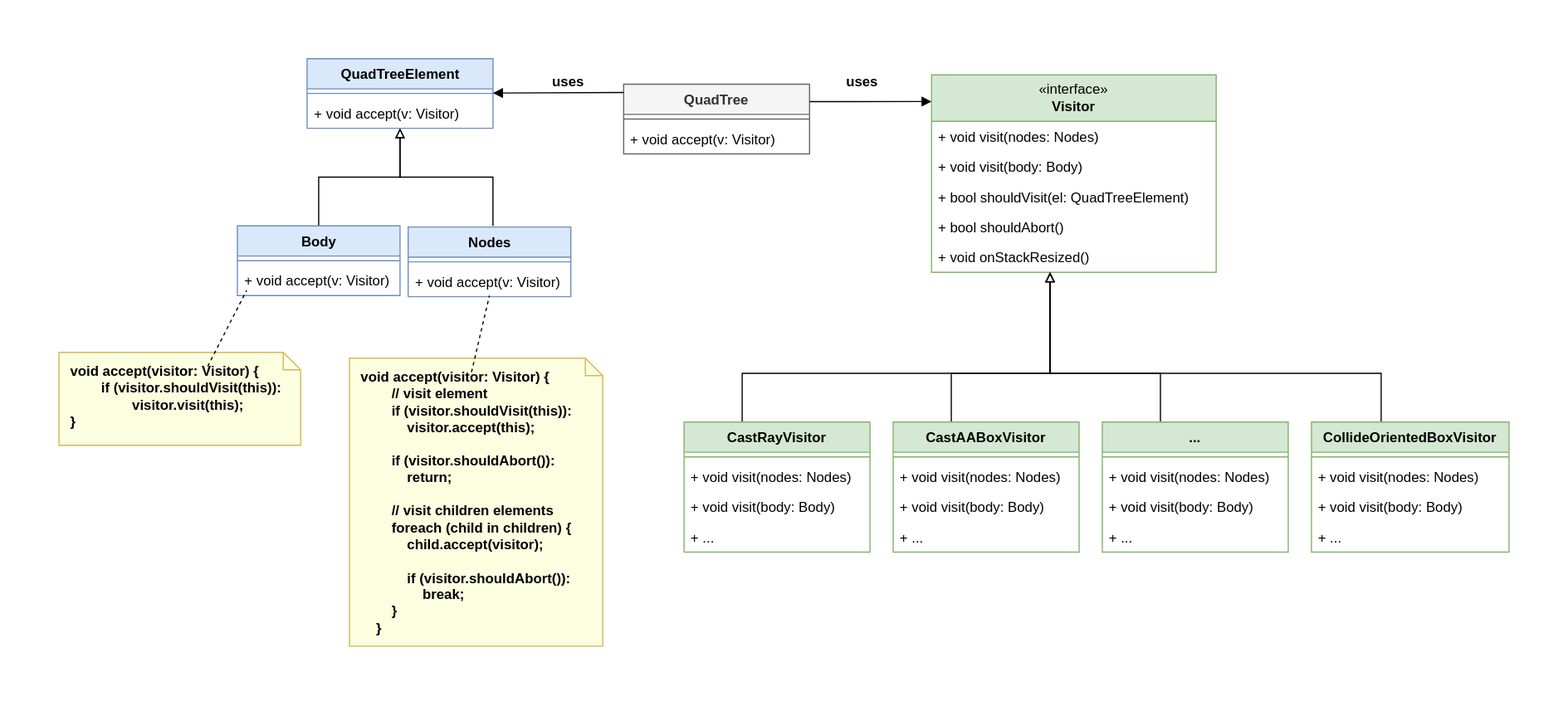
Before: analysis/patterns/images/VisitorUML.svg, a diagram exported from draw.io (SwDA-Team20/Project-Team20). Source tidied: cells renumbered, new cells last; positions are measured from the earlier drawing's top-left corner, leaving out a move shared by most shapes.
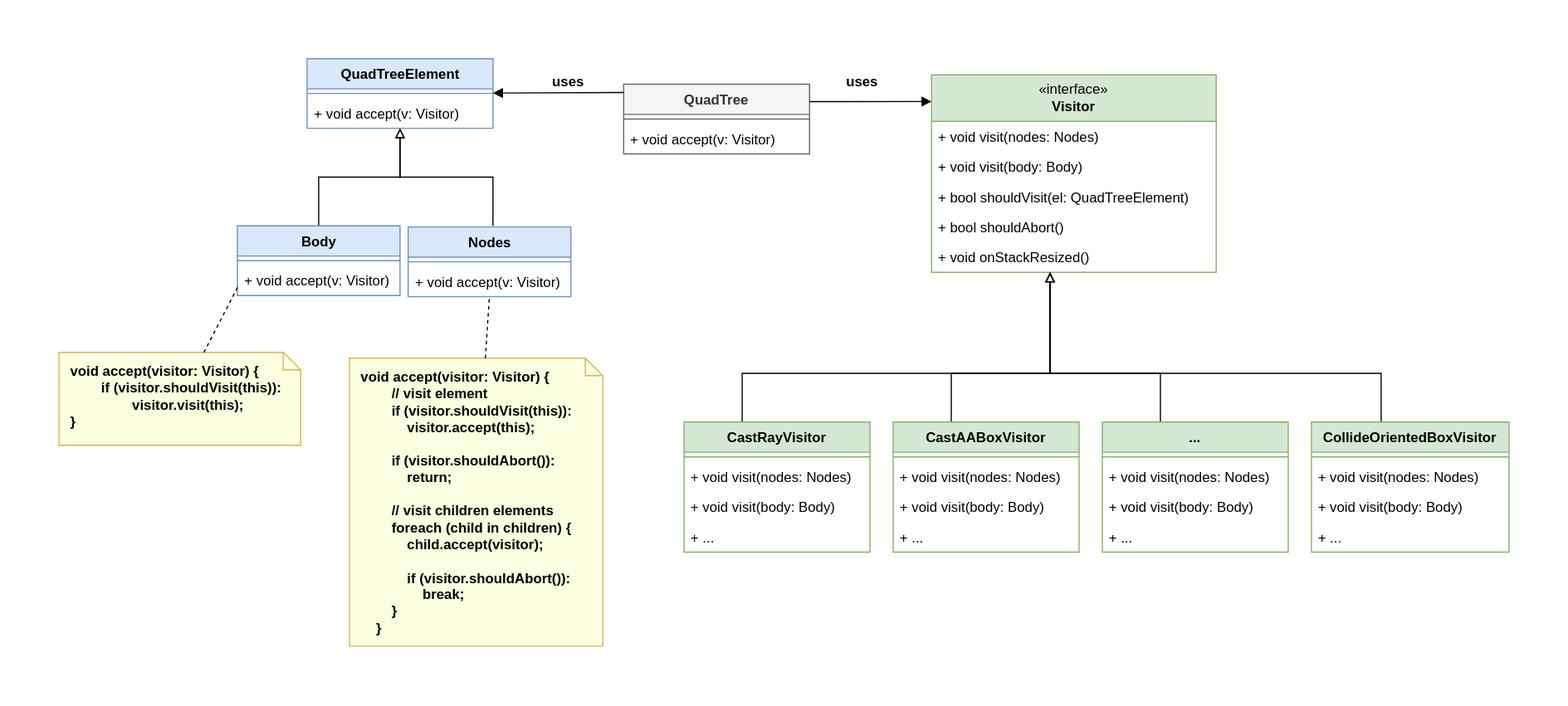
Above is the later version.

Commit message:
Fixed minor graphical issue with visitor UML

Diff of the diagram source:
```diff
@@ -165,17 +165,14 @@
     <mxCell id="48" value="&lt;p style=&quot;margin:0px;margin-top:10px;margin-left:10px;text-align:left;&quot;&gt;void accept(visitor: Visitor) {&lt;br&gt;&lt;span style=&quot;white-space: pre;&quot;&gt;&#9;&lt;/span&gt;if (visitor.shouldVisit(this)):&lt;br&gt;&lt;span style=&quot;white-space: pre;&quot;&gt;&#9;&lt;span style=&quot;white-space: pre;&quot;&gt;&#9;&lt;/span&gt;&lt;/span&gt;visitor.visit(this);&lt;br&gt;}&lt;/p&gt;" style="shape=note;size=15;spacingLeft=5;html=1;overflow=fill;whiteSpace=wrap;strokeColor=#d6b656;align=center;verticalAlign=top;fontFamily=Helvetica;fontSize=12;fontStyle=1;horizontal=1;fillColor=#FBFFE0;" parent="1" vertex="1">
       <mxGeometry y="253" width="208" height="80" as="geometry" />
     </mxCell>
-    <mxCell id="49" style="rounded=0;endArrow=none;dashed=1;html=1;fontFamily=Helvetica;fontSize=12;fontColor=default;fontStyle=1;horizontal=1;entryX=0.057;entryY=0.829;entryDx=0;entryDy=0;entryPerimeter=0;" parent="1" edge="1" target="14">
-      <mxGeometry relative="1" as="geometry">
-        <mxPoint x="128" y="265" as="sourcePoint" />
-      </mxGeometry>
+    <mxCell id="49" style="rounded=0;endArrow=none;dashed=1;html=1;fontFamily=Helvetica;fontSize=12;fontColor=default;fontStyle=1;horizontal=1;entryX=0.001;entryY=0.731;entryDx=0;entryDy=0;entryPerimeter=0;" parent="1" edge="1" source="48" target="14">
+      <mxGeometry relative="1" as="geometry" />
     </mxCell>
     <mxCell id="50" value="&lt;div align=&quot;left&quot; style=&quot;padding-top: 10px; padding-left: 10px;&quot;&gt;void accept(visitor: Visitor) {&lt;br&gt;&amp;nbsp; &amp;nbsp; &amp;nbsp; &amp;nbsp; // visit element&lt;br&gt;&amp;nbsp; &amp;nbsp; &amp;nbsp; &amp;nbsp; if (visitor.shouldVisit(this)):&lt;br&gt;&amp;nbsp; &amp;nbsp; &amp;nbsp; &amp;nbsp; &amp;nbsp; &amp;nbsp; visitor.accept(this);&lt;br&gt;&lt;br&gt;&amp;nbsp; &amp;nbsp; &amp;nbsp; &amp;nbsp; if (visitor.shouldAbort()):&lt;br&gt;&amp;nbsp; &amp;nbsp; &amp;nbsp; &amp;nbsp; &amp;nbsp; &amp;nbsp; return;&lt;br&gt;&lt;br&gt;&amp;nbsp; &amp;nbsp; &amp;nbsp; &amp;nbsp; // visit children elements&lt;br&gt;&amp;nbsp; &amp;nbsp; &amp;nbsp; &amp;nbsp; foreach (child in children) {&lt;br&gt;&amp;nbsp; &amp;nbsp; &amp;nbsp; &amp;nbsp; &amp;nbsp; &amp;nbsp; child.accept(visitor);&lt;br&gt;&lt;br&gt;&amp;nbsp; &amp;nbsp; &amp;nbsp; &amp;nbsp; &amp;nbsp; &amp;nbsp; if (visitor.shouldAbort()):&lt;br&gt;&amp;nbsp; &amp;nbsp; &amp;nbsp; &amp;nbsp; &amp;nbsp; &amp;nbsp; &amp;nbsp; &amp;nbsp; break;&lt;br&gt;&amp;nbsp; &amp;nbsp; &amp;nbsp; &amp;nbsp; }&lt;br&gt;&amp;nbsp; &amp;nbsp; }&lt;/div&gt;" style="shape=note;size=15;spacingLeft=5;html=1;overflow=fill;whiteSpace=wrap;strokeColor=#d6b656;align=left;verticalAlign=top;fontFamily=Helvetica;fontSize=12;fontStyle=1;horizontal=1;fillColor=#FBFFE0;" parent="1" vertex="1">
       <mxGeometry x="250" y="258" width="218" height="248" as="geometry" />
     </mxCell>
-    <mxCell id="51" style="rounded=0;endArrow=none;dashed=1;html=1;fontFamily=Helvetica;fontSize=12;fontColor=default;fontStyle=1;horizontal=1;exitX=0;exitY=0;exitDx=101.5;exitDy=0;exitPerimeter=0;" parent="1" edge="1">
+    <mxCell id="51" style="rounded=0;endArrow=none;dashed=1;html=1;fontFamily=Helvetica;fontSize=12;fontColor=default;fontStyle=1;horizontal=1;" parent="1" edge="1" source="50">
       <mxGeometry relative="1" as="geometry">
-        <mxPoint x="355" y="270" as="sourcePoint" />
         <mxPoint x="370.5" y="204" as="targetPoint" />
       </mxGeometry>
     </mxCell>
```
